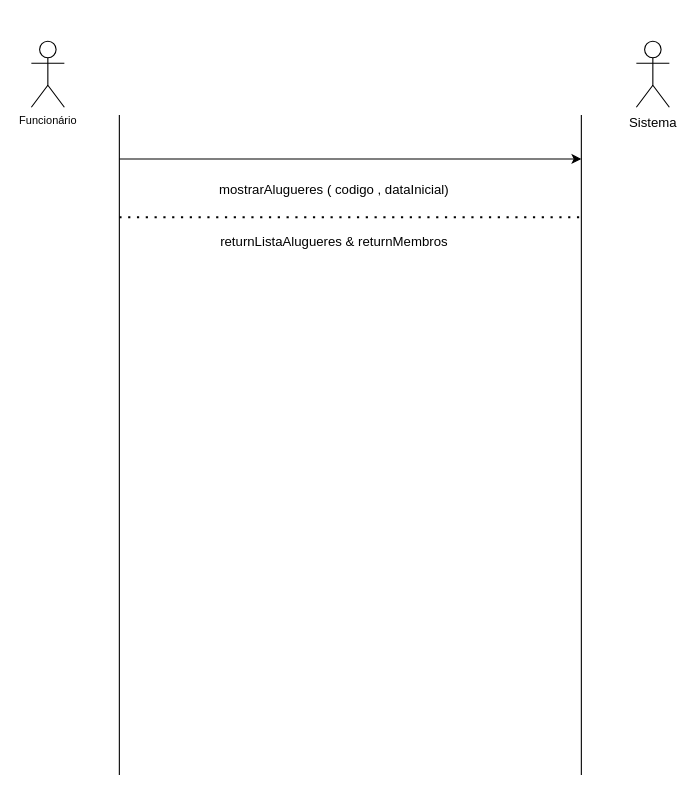
luccamarshall/DCO keeps this draw.io diagram as ssd5.drawio. Above is the earlier version. Source tidied: cells renumbered, new cells numbered last; positions are measured from the earlier drawing's top-left corner, leaving out a move shared by most shapes. Both pictures are drawn from the tidied source at 110%, with x=0, y=0 at pixel (31, 41).
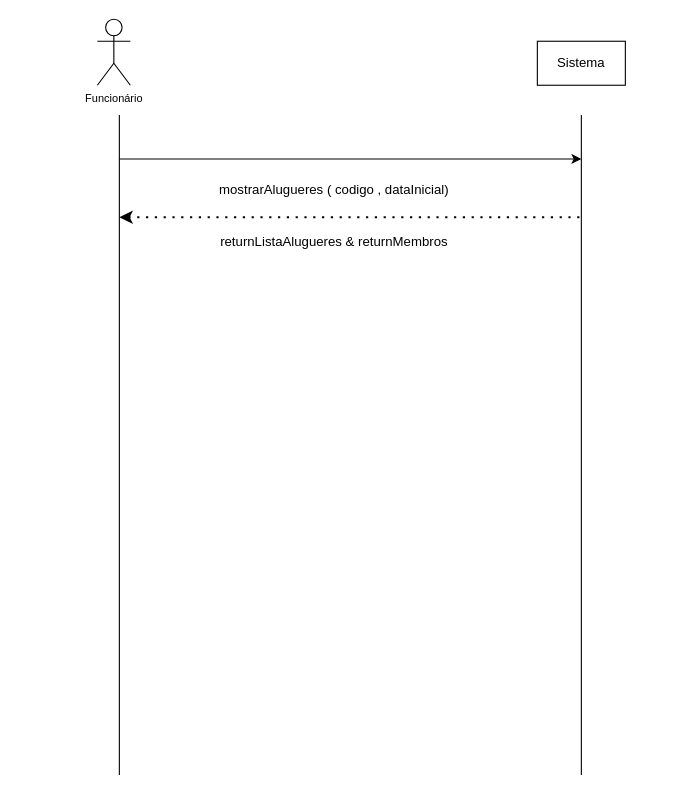
The same diagram, later.

What changed in the source:
```diff
@@
 <mxGraphModel>
   <root>
     <mxCell id="0" />
     <mxCell id="1" parent="0" />
     <mxCell id="2" value="&lt;sup&gt;Funcionário&lt;/sup&gt;" style="shape=umlActor;verticalLabelPosition=bottom;verticalAlign=top;html=1;" parent="1" vertex="1">
-      <mxGeometry width="30" height="60" as="geometry" />
+      <mxGeometry x="60" y="-20" width="30" height="60" as="geometry" />
     </mxCell>
-    <mxCell id="3" value="Sistema&lt;br&gt;" style="shape=umlActor;verticalLabelPosition=bottom;verticalAlign=top;html=1;" parent="1" vertex="1">
-      <mxGeometry x="550" width="30" height="60" as="geometry" />
-    </mxCell>
     <mxCell id="4" style="endArrow=none;html=1;rounded=0;" parent="1" edge="1">
       <mxGeometry relative="1" as="geometry">
         <mxPoint x="80" y="667" as="sourcePoint" />
         <mxPoint x="80" y="67" as="targetPoint" />
       </mxGeometry>
     </mxCell>
     <mxCell id="5" style="endArrow=classic;html=1;rounded=0;" parent="1" edge="1">
       <mxGeometry relative="1" as="geometry">
         <mxPoint x="80" y="107" as="sourcePoint" />
         <mxPoint x="500" y="107" as="targetPoint" />
       </mxGeometry>
     </mxCell>
     <mxCell id="6" style="endArrow=none;html=1;rounded=0;" parent="1" edge="1">
       <mxGeometry relative="1" as="geometry">
         <mxPoint x="500" y="667" as="sourcePoint" />
         <mxPoint x="500" y="67" as="targetPoint" />
       </mxGeometry>
     </mxCell>
     <mxCell id="7" value="mostrarAlugueres ( codigo , dataInicial)" style="text;html=1;align=center;verticalAlign=middle;strokeColor=none;fillColor=none;" parent="1" vertex="1">
       <mxGeometry x="160" y="120" width="230" height="30" as="geometry" />
     </mxCell>
-    <mxCell id="8" style="endArrow=none;dashed=1;html=1;dashPattern=1 3;strokeWidth=2;rounded=0;" parent="1" edge="1">
+    <mxCell id="8" style="endArrow=none;dashed=1;html=1;dashPattern=1 3;strokeWidth=2;rounded=0;startArrow=classic;startFill=1;" parent="1" edge="1">
       <mxGeometry relative="1" as="geometry">
         <mxPoint x="80" y="160" as="sourcePoint" />
         <mxPoint x="500" y="160" as="targetPoint" />
       </mxGeometry>
     </mxCell>
     <mxCell id="9" value="returnListaAlugueres &amp;amp; returnMembros" style="text;html=1;align=center;verticalAlign=middle;strokeColor=none;fillColor=none;" parent="1" vertex="1">
       <mxGeometry x="160" y="168" width="230" height="30" as="geometry" />
     </mxCell>
+    <mxCell id="3" value="Sistema" style="rounded=0;whiteSpace=wrap;html=1;" parent="1" vertex="1">
+      <mxGeometry x="460" width="80" height="40" as="geometry" />
+    </mxCell>
   </root>
 </mxGraphModel>
```
